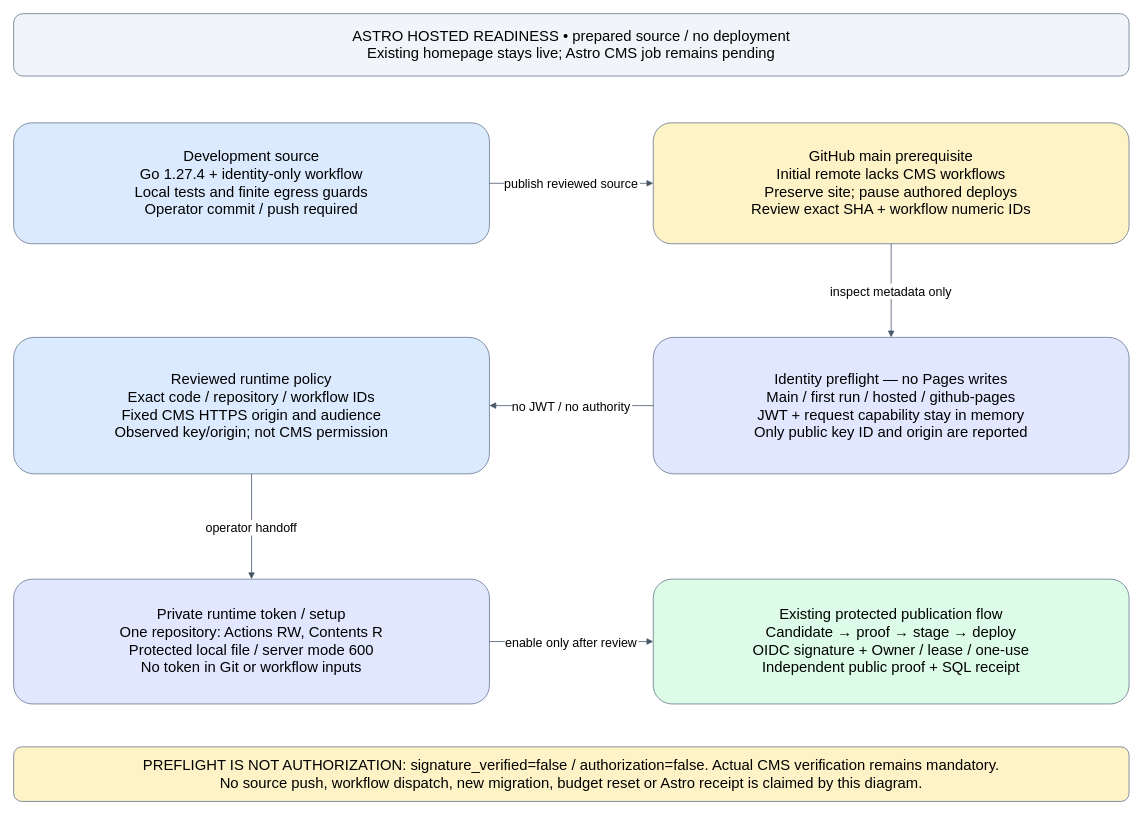
Before: docs/diagrams/cms-hosted-preflight.drawio in devalltect00/devalltect00.github.io, a draw.io diagram. Source tidied: cells renumbered, new cells numbered last; positions are measured from the earlier drawing's top-left corner, leaving out a move shared by most shapes. Both pictures are drawn from the tidied source at 78%, with x=0, y=0 at pixel (13, 13).
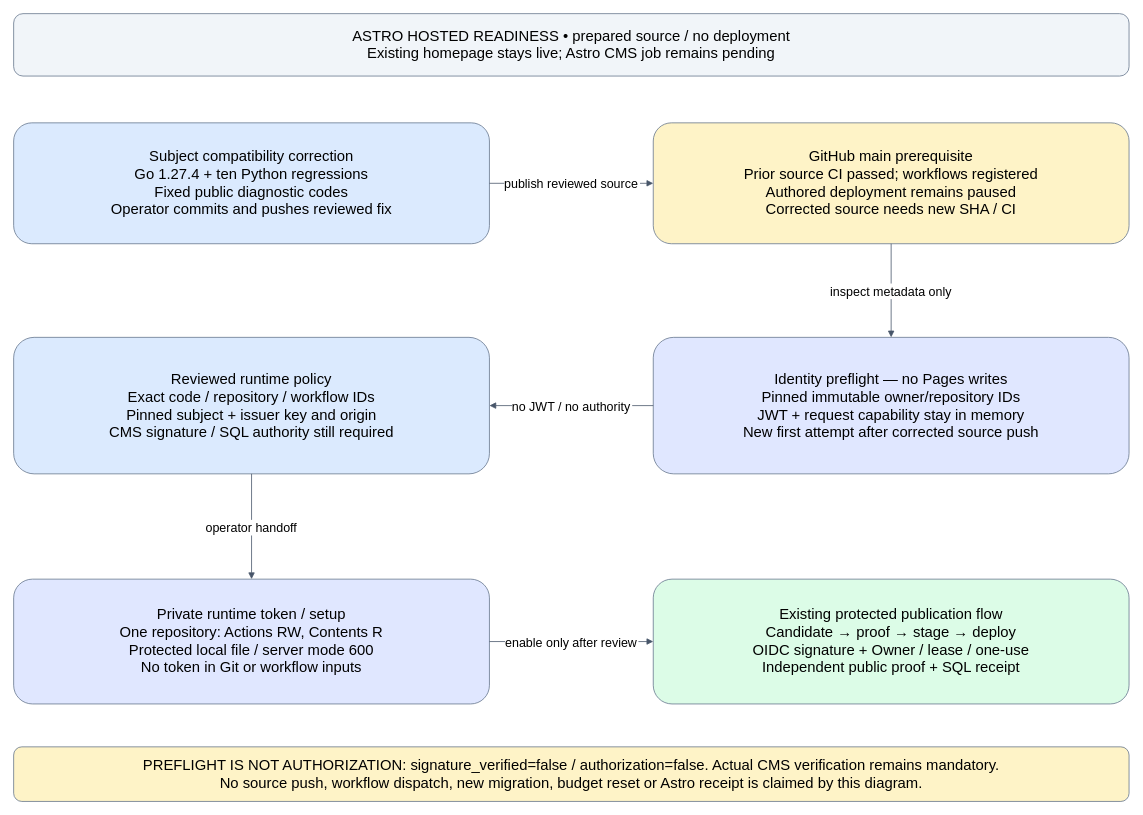
The same diagram, later.

Commit message (it also covers changes not shown here):
fix(security): match immutable GitHub preflight identity

The edit, as a diff of the source:
```diff
@@
 <mxGraphModel>
   <root>
     <mxCell id="0" />
     <mxCell id="1" parent="0" />
     <mxCell id="2" value="ASTRO HOSTED READINESS • prepared source / no deployment&#10;Existing homepage stays live; Astro CMS job remains pending" style="rounded=1;whiteSpace=wrap;html=0;spacing=14;fontSize=19;fillColor=#f1f5f9;strokeColor=#64748b;" parent="1" vertex="1">
       <mxGeometry width="1430" height="80" as="geometry" />
     </mxCell>
-    <mxCell id="3" value="Development source&#10;Go 1.27.4 + identity-only workflow&#10;Local tests and finite egress guards&#10;Operator commit / push required" style="rounded=1;whiteSpace=wrap;html=0;spacing=14;fontSize=19;fillColor=#dbeafe;strokeColor=#64748b;" parent="1" vertex="1">
+    <mxCell id="3" value="Subject compatibility correction&#10;Go 1.27.4 + ten Python regressions&#10;Fixed public diagnostic codes&#10;Operator commits and pushes reviewed fix" style="rounded=1;whiteSpace=wrap;html=0;spacing=14;fontSize=19;fillColor=#dbeafe;strokeColor=#64748b;" parent="1" vertex="1">
       <mxGeometry y="140" width="610" height="155" as="geometry" />
     </mxCell>
-    <mxCell id="4" value="GitHub main prerequisite&#10;Initial remote lacks CMS workflows&#10;Preserve site; pause authored deploys&#10;Review exact SHA + workflow numeric IDs" style="rounded=1;whiteSpace=wrap;html=0;spacing=14;fontSize=19;fillColor=#fef3c7;strokeColor=#64748b;" parent="1" vertex="1">
+    <mxCell id="4" value="GitHub main prerequisite&#10;Prior source CI passed; workflows registered&#10;Authored deployment remains paused&#10;Corrected source needs new SHA / CI" style="rounded=1;whiteSpace=wrap;html=0;spacing=14;fontSize=19;fillColor=#fef3c7;strokeColor=#64748b;" parent="1" vertex="1">
       <mxGeometry x="820" y="140" width="610" height="155" as="geometry" />
     </mxCell>
-    <mxCell id="5" value="Identity preflight — no Pages writes&#10;Main / first run / hosted / github-pages&#10;JWT + request capability stay in memory&#10;Only public key ID and origin are reported" style="rounded=1;whiteSpace=wrap;html=0;spacing=14;fontSize=19;fillColor=#e0e7ff;strokeColor=#64748b;" parent="1" vertex="1">
+    <mxCell id="5" value="Identity preflight — no Pages writes&#10;Pinned immutable owner/repository IDs&#10;JWT + request capability stay in memory&#10;New first attempt after corrected source push" style="rounded=1;whiteSpace=wrap;html=0;spacing=14;fontSize=19;fillColor=#e0e7ff;strokeColor=#64748b;" parent="1" vertex="1">
       <mxGeometry x="820" y="415" width="610" height="175" as="geometry" />
     </mxCell>
-    <mxCell id="6" value="Reviewed runtime policy&#10;Exact code / repository / workflow IDs&#10;Fixed CMS HTTPS origin and audience&#10;Observed key/origin; not CMS permission" style="rounded=1;whiteSpace=wrap;html=0;spacing=14;fontSize=19;fillColor=#dbeafe;strokeColor=#64748b;" parent="1" vertex="1">
+    <mxCell id="6" value="Reviewed runtime policy&#10;Exact code / repository / workflow IDs&#10;Pinned subject + issuer key and origin&#10;CMS signature / SQL authority still required" style="rounded=1;whiteSpace=wrap;html=0;spacing=14;fontSize=19;fillColor=#dbeafe;strokeColor=#64748b;" parent="1" vertex="1">
       <mxGeometry y="415" width="610" height="175" as="geometry" />
     </mxCell>
     <mxCell id="7" value="Private runtime token / setup&#10;One repository: Actions RW, Contents R&#10;Protected local file / server mode 600&#10;No token in Git or workflow inputs" style="rounded=1;whiteSpace=wrap;html=0;spacing=14;fontSize=19;fillColor=#e0e7ff;strokeColor=#64748b;" parent="1" vertex="1">
       <mxGeometry y="725" width="610" height="160" as="geometry" />
     </mxCell>
     <mxCell id="8" value="Existing protected publication flow&#10;Candidate → proof → stage → deploy&#10;OIDC signature + Owner / lease / one-use&#10;Independent public proof + SQL receipt" style="rounded=1;whiteSpace=wrap;html=0;spacing=14;fontSize=19;fillColor=#dcfce7;strokeColor=#64748b;" parent="1" vertex="1">
       <mxGeometry x="820" y="725" width="610" height="160" as="geometry" />
     </mxCell>
     <mxCell id="9" value="publish reviewed source" style="edgeStyle=orthogonalEdgeStyle;endArrow=block;fontSize=16;labelBackgroundColor=#ffffff;strokeColor=#475569;" parent="1" edge="1" source="3" target="4">
       <mxGeometry relative="1" as="geometry" />
     </mxCell>
     <mxCell id="10" value="inspect metadata only" style="edgeStyle=orthogonalEdgeStyle;endArrow=block;fontSize=16;labelBackgroundColor=#ffffff;strokeColor=#475569;" parent="1" edge="1" source="4" target="5">
       <mxGeometry relative="1" as="geometry" />
     </mxCell>
     <mxCell id="11" value="no JWT / no authority" style="edgeStyle=orthogonalEdgeStyle;endArrow=block;fontSize=16;labelBackgroundColor=#ffffff;strokeColor=#475569;" parent="1" edge="1" source="5" target="6">
       <mxGeometry relative="1" as="geometry" />
     </mxCell>
     <mxCell id="12" value="operator handoff" style="edgeStyle=orthogonalEdgeStyle;endArrow=block;fontSize=16;labelBackgroundColor=#ffffff;strokeColor=#475569;" parent="1" edge="1" source="6" target="7">
       <mxGeometry relative="1" as="geometry" />
     </mxCell>
     <mxCell id="13" value="enable only after review" style="edgeStyle=orthogonalEdgeStyle;endArrow=block;fontSize=16;labelBackgroundColor=#ffffff;strokeColor=#475569;" parent="1" edge="1" source="7" target="8">
       <mxGeometry relative="1" as="geometry" />
     </mxCell>
     <mxCell id="14" value="PREFLIGHT IS NOT AUTHORIZATION: signature_verified=false / authorization=false. Actual CMS verification remains mandatory.&#10;No source push, workflow dispatch, new migration, budget reset or Astro receipt is claimed by this diagram." style="rounded=1;whiteSpace=wrap;html=0;spacing=14;fontSize=19;fillColor=#fef3c7;strokeColor=#64748b;" parent="1" vertex="1">
       <mxGeometry y="940" width="1430" height="70" as="geometry" />
     </mxCell>
   </root>
 </mxGraphModel>
```
